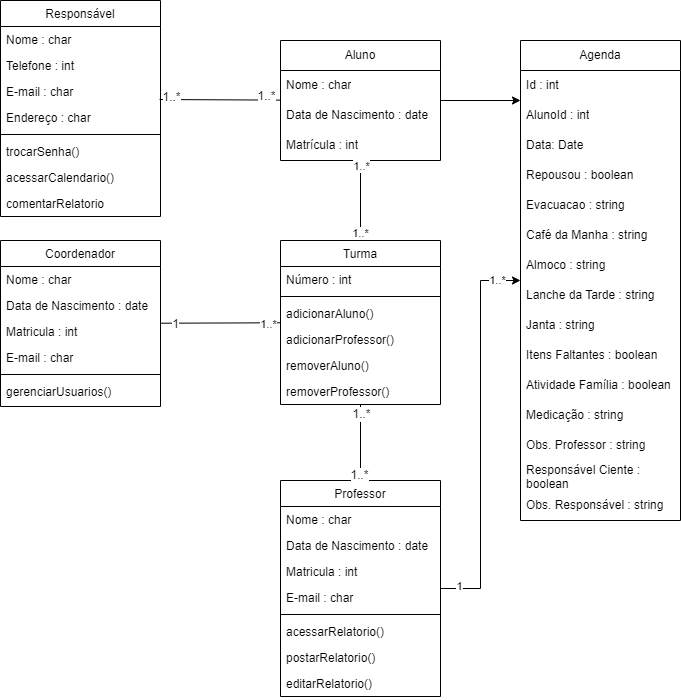
Earlier version of the draw.io export docs/img/diagramaclasse.png (ICEI-PUC-Minas-PMV-SI/pmv-si-2024-1-pe6-t1-g2-ibi). Source tidied: cells renumbered, new cells last; positions are measured from the earlier drawing's top-left corner, leaving out a move shared by most shapes.
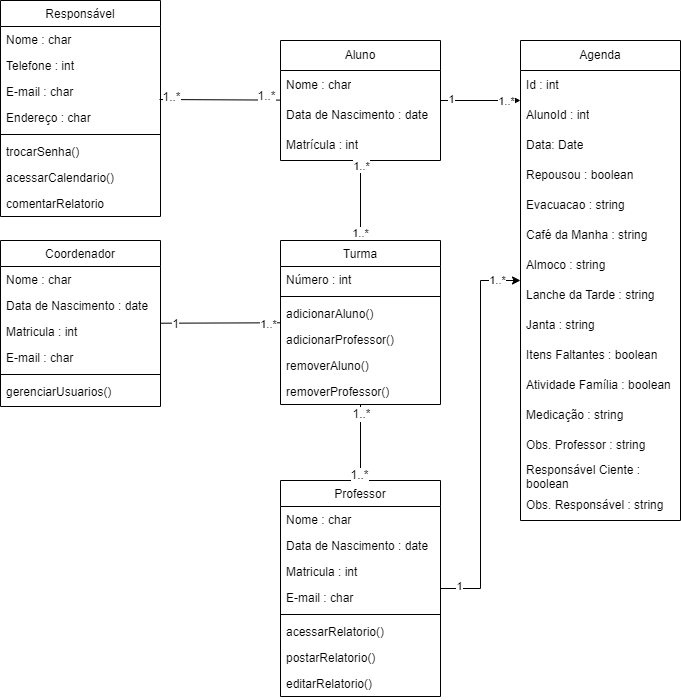
Above is the later version.

Commit message:
Atualizar Diagrama de Classes

Change to the diagram source:
```diff
@@ -215,5 +215,13 @@
         </Array>
       </mxGeometry>
     </mxCell>
+    <mxCell id="69" value="1" style="edgeLabel;html=1;align=center;verticalAlign=middle;" parent="68" vertex="1">
+      <mxGeometry x="-0.31" y="2" relative="1" as="geometry">
+        <mxPoint x="-8" as="offset" />
+      </mxGeometry>
+    </mxCell>
+    <mxCell id="70" value="1..*" style="edgeLabel;html=1;align=center;verticalAlign=middle;" parent="68" vertex="1">
+      <mxGeometry x="0.68" relative="1" as="geometry" />
+    </mxCell>
   </root>
 </mxGraphModel>
```
